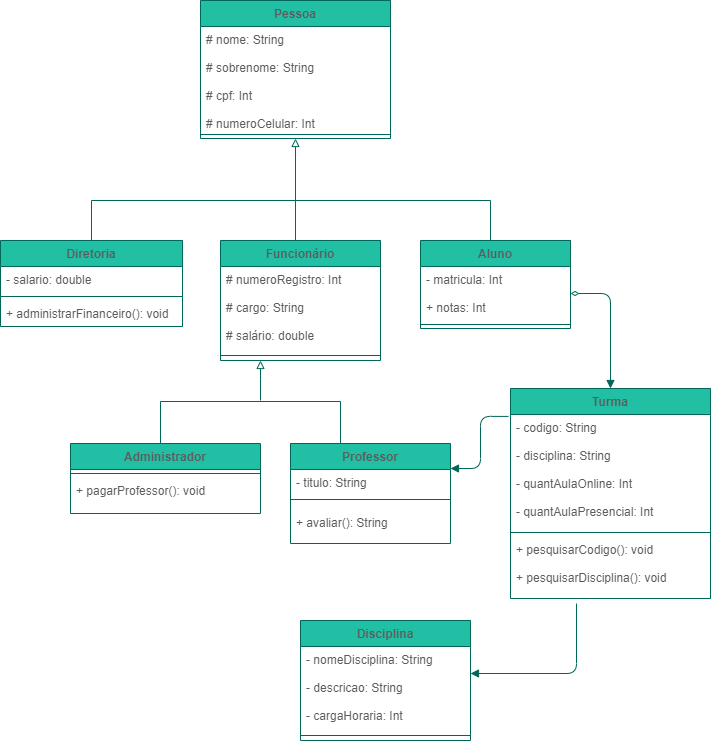
Above: checkpoint2.POO.drawio.png in kari-osk/checkpoint2-poo (draw.io), before the change. Source tidied: cells renumbered, new cells last; positions are measured from the earlier drawing's top-left corner, leaving out a move shared by most shapes.
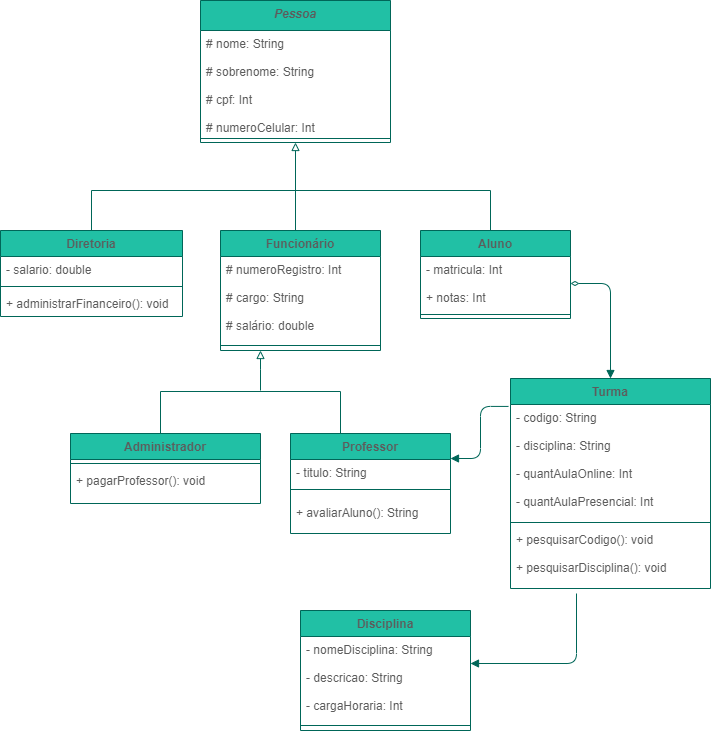
Above is the later version.

What changed in the source:
```diff
@@ -2,14 +2,14 @@
   <root>
     <mxCell id="0" />
     <mxCell id="1" parent="0" />
-    <mxCell id="2" value="Pessoa" style="swimlane;fontStyle=1;align=center;verticalAlign=top;horizontal=1;startSize=26;fillColor=#21C0A5;strokeColor=#006658;fontColor=#5C5C5C;" parent="1" vertex="1">
-      <mxGeometry x="200" width="190" height="138" as="geometry" />
+    <mxCell id="2" value="Pessoa" style="swimlane;fontStyle=3;align=center;verticalAlign=top;horizontal=1;startSize=30;fillColor=#21C0A5;strokeColor=#006658;fontColor=#5C5C5C;" parent="1" vertex="1">
+      <mxGeometry x="200" y="10" width="190" height="142" as="geometry" />
     </mxCell>
     <mxCell id="3" value="# nome: String&#10;&#10;# sobrenome: String&#10;&#10;# cpf: Int&#10;&#10;# numeroCelular: Int&#10;&#10;# endereço: String&#10;" style="text;strokeColor=none;fillColor=none;align=left;verticalAlign=top;spacingLeft=4;spacingRight=4;overflow=hidden;fontColor=#5C5C5C;" parent="2" vertex="1">
-      <mxGeometry y="26" width="190" height="104" as="geometry" />
+      <mxGeometry y="30" width="190" height="104" as="geometry" />
     </mxCell>
     <mxCell id="4" style="line;strokeWidth=1;fillColor=none;align=left;verticalAlign=middle;spacingTop=-1;spacingLeft=3;spacingRight=3;labelPosition=right;strokeColor=#006658;fontColor=#5C5C5C;" parent="2" vertex="1">
-      <mxGeometry y="130" width="190" height="8" as="geometry" />
+      <mxGeometry y="134" width="190" height="8" as="geometry" />
     </mxCell>
     <mxCell id="5" value="Diretoria" style="swimlane;fontStyle=1;align=center;verticalAlign=top;horizontal=1;startSize=26;fillColor=#21C0A5;strokeColor=#006658;fontColor=#5C5C5C;" parent="1" vertex="1">
       <mxGeometry y="240" width="182" height="86" as="geometry" />
@@ -41,7 +41,7 @@
     <mxCell id="14" style="line;strokeWidth=1;fillColor=none;align=left;verticalAlign=middle;spacingTop=-1;spacingLeft=3;spacingRight=3;labelPosition=right;strokeColor=#006658;fontColor=#5C5C5C;" parent="12" vertex="1">
       <mxGeometry y="46" width="160" height="20" as="geometry" />
     </mxCell>
-    <mxCell id="15" value="+ avaliar(): String" style="text;strokeColor=none;fillColor=none;align=left;verticalAlign=top;spacingLeft=4;spacingRight=4;overflow=hidden;fontColor=#5C5C5C;" parent="12" vertex="1">
+    <mxCell id="15" value="+ avaliarAluno(): String" style="text;strokeColor=none;fillColor=none;align=left;verticalAlign=top;spacingLeft=4;spacingRight=4;overflow=hidden;fontColor=#5C5C5C;" parent="12" vertex="1">
       <mxGeometry y="66" width="160" height="34" as="geometry" />
     </mxCell>
     <mxCell id="16" value="Aluno" style="swimlane;fontStyle=1;align=center;verticalAlign=top;horizontal=1;startSize=26;fillColor=#21C0A5;strokeColor=#006658;fontColor=#5C5C5C;" parent="1" vertex="1">
```
